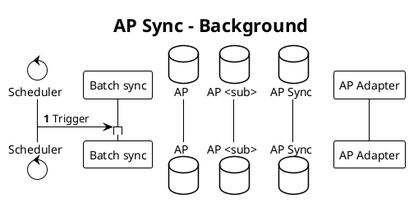
Earlier version of the PlantUML export docs/diagrams/accounting-point-sync-background.png (elhub/flex-information-system).
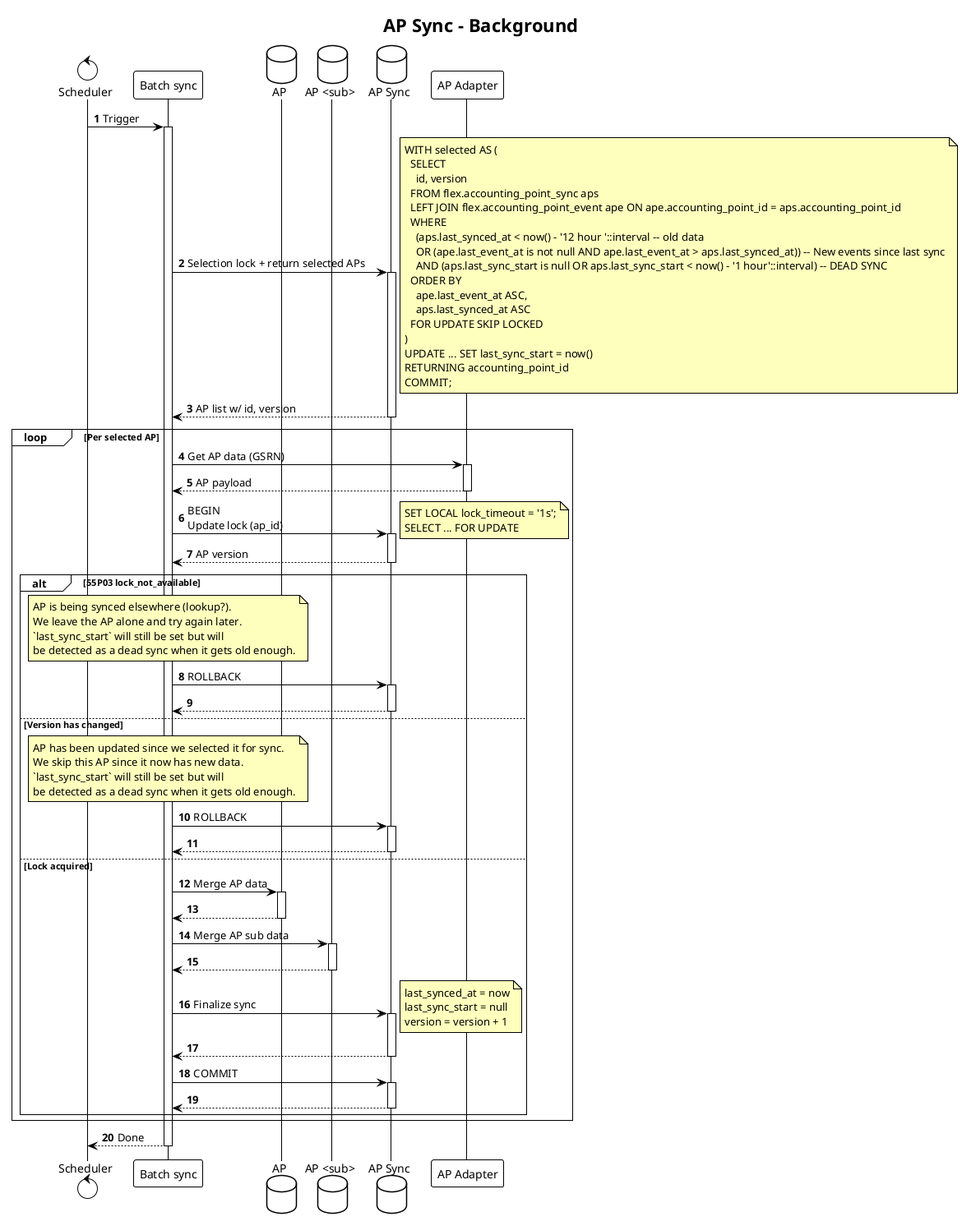
Above is the later version.

Commit message:
fix: a somewhat coherent design (FLEX-1068)

Diff of the diagram source:
```diff
@@ -17,4 +17,73 @@
 participant "AP Adapter" as APA
 
 SCH -> BS: Trigger
+BS -> APS: Selection lock + return selected APs
+note right
+    WITH selected AS (
+      SELECT
+        id, version
+      FROM flex.accounting_point_sync aps
+      LEFT JOIN flex.accounting_point_event ape ON ape.accounting_point_id = aps.accounting_point_id
+      WHERE
+        (aps.last_synced_at < now() - '12 hour '::interval -- old data
+        OR (ape.last_event_at is not null AND ape.last_event_at > aps.last_synced_at)) -- New events since last sync
+        AND (aps.last_sync_start is null OR aps.last_sync_start < now() - '1 hour'::interval) -- DEAD SYNC
+      ORDER BY
+        ape.last_event_at ASC,
+        aps.last_synced_at ASC
+      FOR UPDATE SKIP LOCKED
+    )
+    UPDATE ... SET last_sync_start = now()
+    RETURNING accounting_point_id
+    COMMIT;
+end note
+APS --> BS: AP list w/ id, version
+
+loop Per selected AP
+    BS -> APA: Get AP data (GSRN)
+    APA --> BS: AP payload
+
+    BS -> APS: BEGIN\nUpdate lock (ap_id)
+    note right
+        SET LOCAL lock_timeout = '1s';
+        SELECT ... FOR UPDATE
+    end note
+    return AP version
+
+    alt 55P03 lock_not_available
+        note over BS
+            AP is being synced elsewhere (lookup?).
+            We leave the AP alone and try again later.
+            `last_sync_start` will still be set but will
+            be detected as a dead sync when it gets old enough.
+        end note
+        BS -> APS: ROLLBACK
+        return
+    else Version has changed
+        note over BS
+            AP has been updated since we selected it for sync.
+            We skip this AP since it now has new data.
+            `last_sync_start` will still be set but will
+            be detected as a dead sync when it gets old enough.
+        end note
+        BS -> APS: ROLLBACK
+        return
+    else Lock acquired
+        BS -> AP: Merge AP data
+        return
+        BS -> APSUB: Merge AP sub data
+        return
+        BS -> APS: Finalize sync
+        note right
+            last_synced_at = now
+            last_sync_start = null
+            version = version + 1
+        end note
+        return
+        BS -> APS: COMMIT
+        return
+    end
+end
+
+BS --> SCH: Done
 @enduml
```
